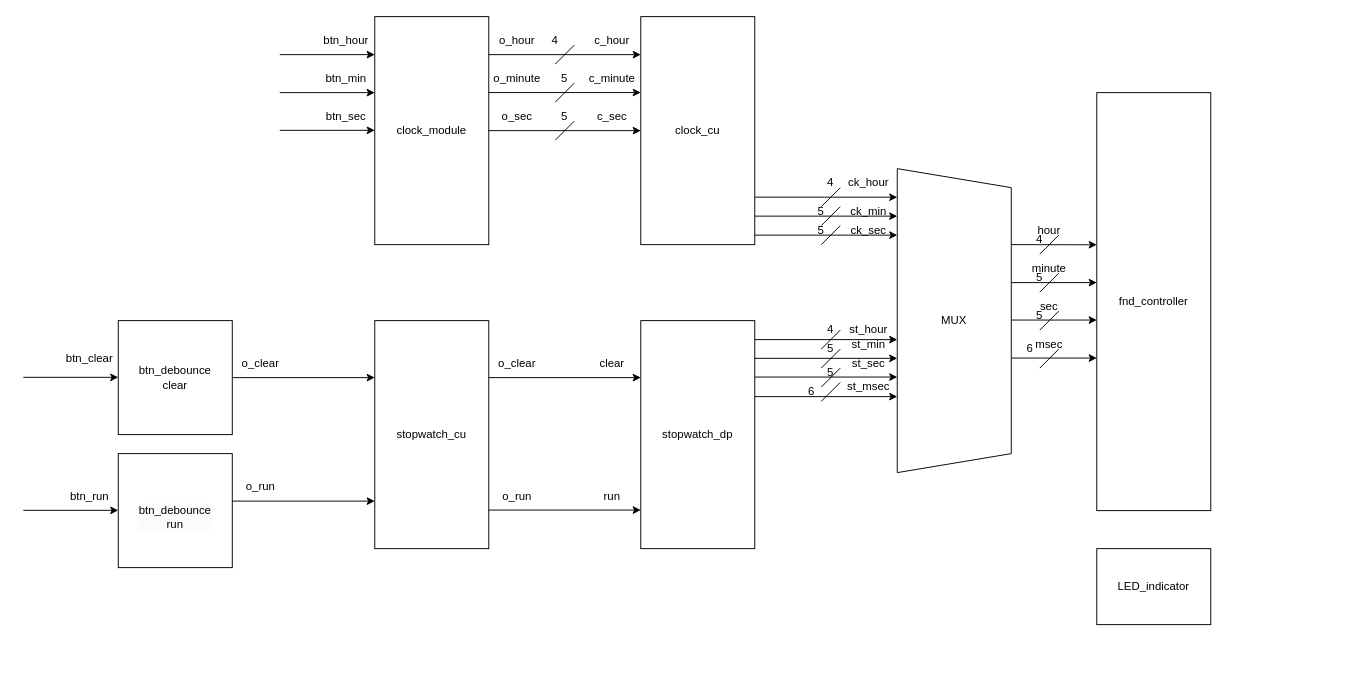
This is stopwatch.drawio from Friday930/draw_io, a draw.io file, before an edit. Source tidied: cells renumbered, new cells numbered last; positions are measured from the earlier drawing's top-left corner, leaving out a move shared by most shapes. Both pictures are drawn from the tidied source at 95%, with x=0, y=0 at pixel (23, 16).
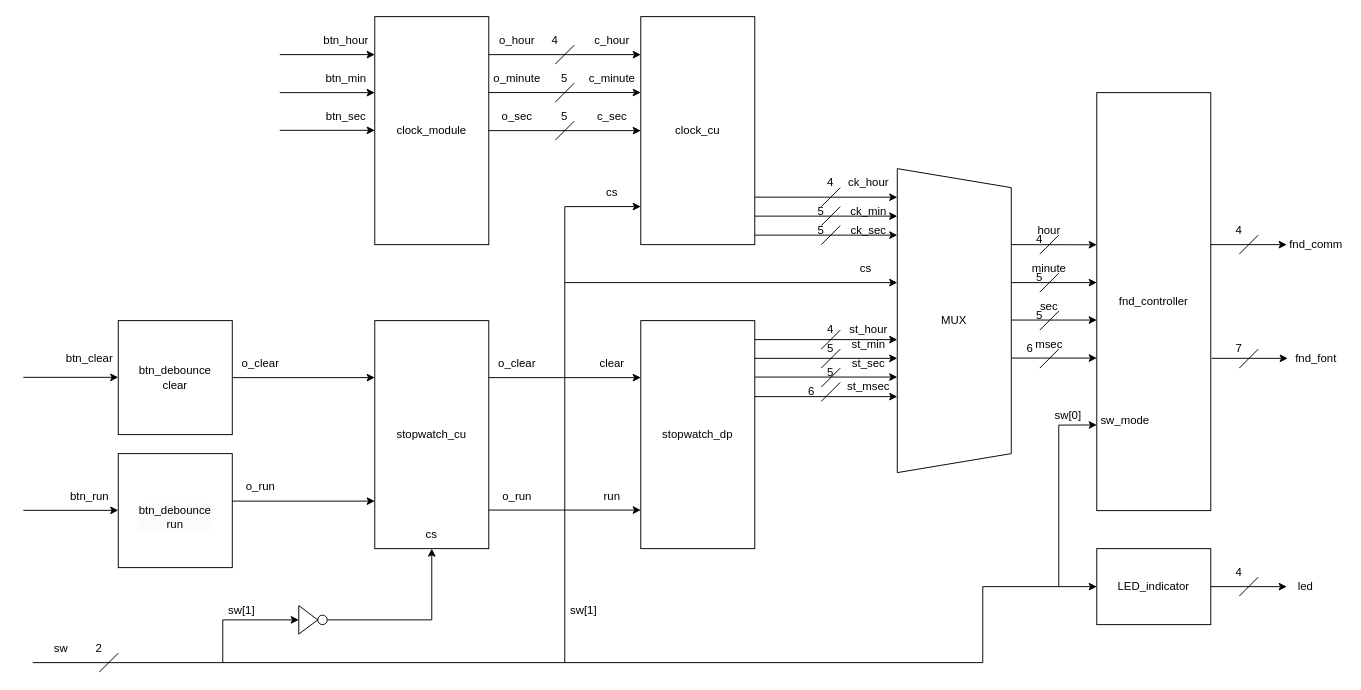
After the change.

Unchanged cells that the change refers to:
```xml
<mxCell id="5" value="stopwatch_cu" style="rounded=0;whiteSpace=wrap;html=1;" parent="1" vertex="1">
  <mxGeometry x="370" y="320" width="120" height="240" as="geometry" />
</mxCell>
<mxCell id="6" value="clock_cu" style="rounded=0;whiteSpace=wrap;html=1;" parent="1" vertex="1">
  <mxGeometry x="650" width="120" height="240" as="geometry" />
</mxCell>
<mxCell id="8" style="shape=trapezoid;perimeter=trapezoidPerimeter;whiteSpace=wrap;html=1;fixedSize=1;rotation=90;" parent="1" vertex="1">
  <mxGeometry x="820" y="260" width="320" height="120" as="geometry" />
</mxCell>
<mxCell id="9" value="fnd_controller" style="rounded=0;whiteSpace=wrap;html=1;" parent="1" vertex="1">
  <mxGeometry x="1130" y="80" width="120" height="440" as="geometry" />
</mxCell>
<mxCell id="10" value="LED_indicator" style="rounded=0;whiteSpace=wrap;html=1;" parent="1" vertex="1">
  <mxGeometry x="1130" y="560" width="120" height="80" as="geometry" />
</mxCell>
```

What changed in the source:
```diff
@@
+    <mxCell id="91" style="endArrow=classic;html=1;rounded=0;" parent="1" edge="1">
+      <mxGeometry relative="1" as="geometry">
+        <mxPoint x="1250" y="240" as="sourcePoint" />
+        <mxPoint x="1330" y="240" as="targetPoint" />
+      </mxGeometry>
+    </mxCell>
+    <mxCell id="92" style="endArrow=classic;html=1;rounded=0;" parent="1" edge="1">
+      <mxGeometry relative="1" as="geometry">
+        <mxPoint x="1251" y="359.7" as="sourcePoint" />
+        <mxPoint x="1331" y="359.7" as="targetPoint" />
+      </mxGeometry>
+    </mxCell>
+    <mxCell id="93" style="endArrow=none;html=1;rounded=0;" parent="1" edge="1">
+      <mxGeometry relative="1" as="geometry">
+        <mxPoint x="1280" y="250" as="sourcePoint" />
+        <mxPoint x="1300" y="230" as="targetPoint" />
+      </mxGeometry>
+    </mxCell>
+    <mxCell id="94" style="endArrow=none;html=1;rounded=0;" parent="1" edge="1">
+      <mxGeometry relative="1" as="geometry">
+        <mxPoint x="1280" y="370" as="sourcePoint" />
+        <mxPoint x="1300" y="350" as="targetPoint" />
+      </mxGeometry>
+    </mxCell>
+    <mxCell id="95" value="fnd_comm" style="text;html=1;align=center;verticalAlign=middle;whiteSpace=wrap;rounded=0;" parent="1" vertex="1">
+      <mxGeometry x="1331" y="220" width="60" height="40" as="geometry" />
+    </mxCell>
+    <mxCell id="96" value="fnd_font" style="text;html=1;align=center;verticalAlign=middle;whiteSpace=wrap;rounded=0;" parent="1" vertex="1">
+      <mxGeometry x="1331" y="345" width="60" height="30" as="geometry" />
+    </mxCell>
+    <mxCell id="97" value="4" style="text;html=1;align=center;verticalAlign=middle;whiteSpace=wrap;rounded=0;" parent="1" vertex="1">
+      <mxGeometry x="1250" y="210" width="60" height="30" as="geometry" />
+    </mxCell>
+    <mxCell id="98" value="7" style="text;html=1;align=center;verticalAlign=middle;whiteSpace=wrap;rounded=0;" parent="1" vertex="1">
+      <mxGeometry x="1250" y="335" width="60" height="30" as="geometry" />
+    </mxCell>
+    <mxCell id="99" style="endArrow=classic;html=1;rounded=0;entryX=0;entryY=0.5;entryDx=0;entryDy=0;" parent="1" edge="1" target="10">
+      <mxGeometry relative="1" as="geometry">
+        <mxPoint x="10" y="680" as="sourcePoint" />
+        <Array as="points">
+          <mxPoint x="1010" y="680" />
+          <mxPoint x="1010" y="600" />
+        </Array>
+      </mxGeometry>
+    </mxCell>
+    <mxCell id="100" style="endArrow=none;html=1;rounded=0;" parent="1" edge="1">
+      <mxGeometry relative="1" as="geometry">
+        <mxPoint x="80" y="690" as="sourcePoint" />
+        <mxPoint x="100" y="670" as="targetPoint" />
+      </mxGeometry>
+    </mxCell>
+    <mxCell id="101" value="2" style="text;html=1;align=center;verticalAlign=middle;whiteSpace=wrap;rounded=0;" parent="1" vertex="1">
+      <mxGeometry x="50" y="650" width="60" height="30" as="geometry" />
+    </mxCell>
+    <mxCell id="102" value="sw" style="text;html=1;align=center;verticalAlign=middle;whiteSpace=wrap;rounded=0;" parent="1" vertex="1">
+      <mxGeometry x="10" y="650" width="60" height="30" as="geometry" />
+    </mxCell>
+    <mxCell id="103" style="triangle;whiteSpace=wrap;html=1;" parent="1" vertex="1">
+      <mxGeometry x="290" y="620" width="20" height="30" as="geometry" />
+    </mxCell>
+    <mxCell id="104" style="edgeStyle=orthogonalEdgeStyle;rounded=0;jettySize=auto;html=1;entryX=0.5;entryY=1;entryDx=0;entryDy=0;" parent="1" edge="1" source="105" target="5">
+      <mxGeometry relative="1" as="geometry" />
+    </mxCell>
+    <mxCell id="105" style="ellipse;whiteSpace=wrap;html=1;" parent="1" vertex="1">
+      <mxGeometry x="310" y="630" width="10" height="10" as="geometry" />
+    </mxCell>
+    <mxCell id="106" style="endArrow=classic;html=1;rounded=0;entryX=0;entryY=0.5;entryDx=0;entryDy=0;" parent="1" edge="1" target="103">
+      <mxGeometry relative="1" as="geometry">
+        <mxPoint x="210" y="680" as="sourcePoint" />
+        <Array as="points">
+          <mxPoint x="210" y="635" />
+        </Array>
+      </mxGeometry>
+    </mxCell>
+    <mxCell id="107" value="sw[1]" style="text;html=1;align=center;verticalAlign=middle;whiteSpace=wrap;rounded=0;" parent="1" vertex="1">
+      <mxGeometry x="200" y="610" width="60" height="30" as="geometry" />
+    </mxCell>
+    <mxCell id="108" value="cs" style="text;html=1;align=center;verticalAlign=middle;whiteSpace=wrap;rounded=0;" parent="1" vertex="1">
+      <mxGeometry x="400" y="530" width="60" height="30" as="geometry" />
+    </mxCell>
+    <mxCell id="109" style="endArrow=classic;html=1;rounded=0;entryX=0;entryY=0.833;entryDx=0;entryDy=0;entryPerimeter=0;" parent="1" edge="1" target="6">
+      <mxGeometry relative="1" as="geometry">
+        <mxPoint x="570" y="680" as="sourcePoint" />
+        <Array as="points">
+          <mxPoint x="570" y="200" />
+        </Array>
+      </mxGeometry>
+    </mxCell>
+    <mxCell id="110" value="sw[1]" style="text;html=1;align=center;verticalAlign=middle;whiteSpace=wrap;rounded=0;" parent="1" vertex="1">
+      <mxGeometry x="560" y="610" width="60" height="30" as="geometry" />
+    </mxCell>
+    <mxCell id="111" style="endArrow=classic;html=1;rounded=0;entryX=0.375;entryY=1;entryDx=0;entryDy=0;entryPerimeter=0;" parent="1" edge="1" target="8">
+      <mxGeometry relative="1" as="geometry">
+        <mxPoint x="570" y="280" as="sourcePoint" />
+      </mxGeometry>
+    </mxCell>
+    <mxCell id="112" value="cs" style="text;html=1;align=center;verticalAlign=middle;whiteSpace=wrap;rounded=0;" parent="1" vertex="1">
+      <mxGeometry x="590" y="170" width="60" height="30" as="geometry" />
+    </mxCell>
+    <mxCell id="113" value="cs" style="text;html=1;align=center;verticalAlign=middle;whiteSpace=wrap;rounded=0;" parent="1" vertex="1">
+      <mxGeometry x="857" y="250" width="60" height="30" as="geometry" />
+    </mxCell>
+    <mxCell id="114" style="endArrow=classic;html=1;rounded=0;entryX=0;entryY=0.795;entryDx=0;entryDy=0;entryPerimeter=0;" parent="1" edge="1" target="9">
+      <mxGeometry relative="1" as="geometry">
+        <mxPoint x="1090" y="600" as="sourcePoint" />
+        <Array as="points">
+          <mxPoint x="1090" y="430" />
+        </Array>
+      </mxGeometry>
+    </mxCell>
+    <mxCell id="115" value="sw[0]" style="text;html=1;align=center;verticalAlign=middle;whiteSpace=wrap;rounded=0;" parent="1" vertex="1">
+      <mxGeometry x="1070" y="405" width="60" height="30" as="geometry" />
+    </mxCell>
+    <mxCell id="116" value="sw_mode" style="text;html=1;align=center;verticalAlign=middle;whiteSpace=wrap;rounded=0;" parent="1" vertex="1">
+      <mxGeometry x="1130" y="410" width="60" height="30" as="geometry" />
+    </mxCell>
+    <mxCell id="117" style="endArrow=classic;html=1;rounded=0;" parent="1" edge="1">
+      <mxGeometry relative="1" as="geometry">
+        <mxPoint x="1250" y="600" as="sourcePoint" />
+        <mxPoint x="1330" y="600" as="targetPoint" />
+      </mxGeometry>
+    </mxCell>
+    <mxCell id="118" style="endArrow=none;html=1;rounded=0;" parent="1" edge="1">
+      <mxGeometry relative="1" as="geometry">
+        <mxPoint x="1280" y="610" as="sourcePoint" />
+        <mxPoint x="1300" y="590" as="targetPoint" />
+      </mxGeometry>
+    </mxCell>
+    <mxCell id="119" value="4" style="text;html=1;align=center;verticalAlign=middle;whiteSpace=wrap;rounded=0;" parent="1" vertex="1">
+      <mxGeometry x="1250" y="570" width="60" height="30" as="geometry" />
+    </mxCell>
+    <mxCell id="120" value="led" style="text;html=1;align=center;verticalAlign=middle;whiteSpace=wrap;rounded=0;" parent="1" vertex="1">
+      <mxGeometry x="1320" y="585" width="60" height="30" as="geometry" />
+    </mxCell>
```
